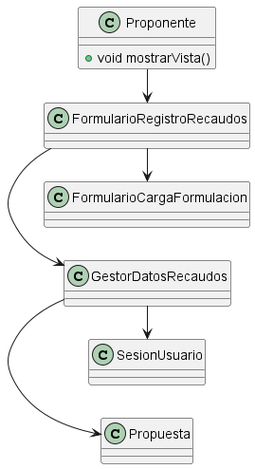
The PlantUML diagram docs/scenariosView/DisciplinaDeDisenio/DiagramaDeClasesRegistrarRecaudos.png in Samantha-Ramirez/ProyectoEquipo7ING, before a commit. Source of this version:
```plantuml
@startuml DiagramaDeClasesRegistrarRecaudos
left to right direction

class Proponente{
    +void mostrarVista()
}
class Propuesta{

}
class SesionUsuario{

}
class FormularioRegistroRecaudos{

}
class FormularioCargaFormulacion{

}
class GestorDatosRecaudos{

}

Proponente -> FormularioRegistroRecaudos
FormularioRegistroRecaudos -> GestorDatosRecaudos
GestorDatosRecaudos -> Propuesta
GestorDatosRecaudos -> SesionUsuario
FormularioRegistroRecaudos -> FormularioCargaFormulacion

@enduml
```
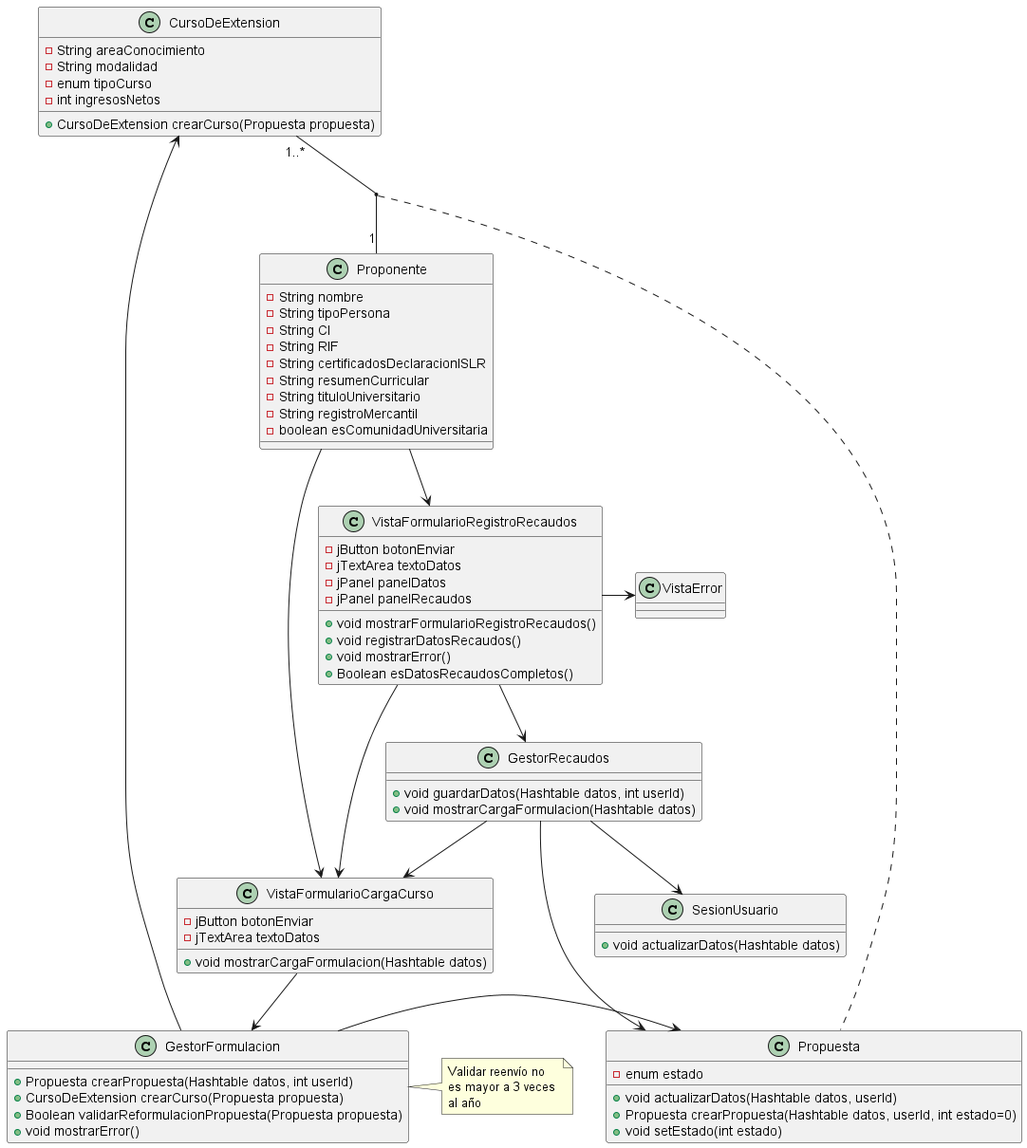
Later version of the same file.

Commit message:
Diagrama de traza y despliegue Disciplina de disenio

Change to the diagram source:
```diff
@@ -1,29 +1,78 @@
 @startuml DiagramaDeClasesRegistrarRecaudos
-left to right direction
-
 class Proponente{
-    +void mostrarVista()
+    -String nombre
+    -String tipoPersona
+    -String CI
+    -String RIF
+    -String certificadosDeclaracionISLR
+    -String resumenCurricular
+    -String tituloUniversitario
+    -String registroMercantil
+    -boolean esComunidadUniversitaria
 }
 class Propuesta{
+    -enum estado
+    +void actualizarDatos(Hashtable datos, userId)
+    +Propuesta crearPropuesta(Hashtable datos, userId, int estado=0)
+    +void setEstado(int estado)
+}
+class SesionUsuario{
+    +void actualizarDatos(Hashtable datos)
+}
+class VistaFormularioRegistroRecaudos{
+    -jButton botonEnviar
+    -jTextArea textoDatos
+    -jPanel panelDatos
+    -jPanel panelRecaudos
+    +void mostrarFormularioRegistroRecaudos()
+    +void registrarDatosRecaudos()
+    +void mostrarError()
+    +Boolean esDatosRecaudosCompletos()
+}
+class VistaFormularioCargaCurso{
+    -jButton botonEnviar
+    -jTextArea textoDatos
+    +void mostrarCargaFormulacion(Hashtable datos)
+}
+class GestorRecaudos{
+    +void guardarDatos(Hashtable datos, int userId)
+    +void mostrarCargaFormulacion(Hashtable datos)
+}
+class GestorFormulacion{
+    +Propuesta crearPropuesta(Hashtable datos, int userId)
+    +CursoDeExtension crearCurso(Propuesta propuesta)
+    +Boolean validarReformulacionPropuesta(Propuesta propuesta)
+    +void mostrarError()
+}
+note right of (GestorFormulacion)
+    Validar reenvío no
+    es mayor a 3 veces
+    al año
+end note
+class CursoDeExtension{
+    -String areaConocimiento
+    -String modalidad
+    -enum tipoCurso
+    -int ingresosNetos
+    +CursoDeExtension crearCurso(Propuesta propuesta)
+}
+class VistaError{
 
 }
-class SesionUsuario{
+Proponente -d-> VistaFormularioRegistroRecaudos
+VistaFormularioRegistroRecaudos -d-> GestorRecaudos
+GestorRecaudos -d-> Propuesta
+GestorRecaudos -d-> SesionUsuario
+GestorRecaudos --> VistaFormularioCargaCurso
+VistaFormularioRegistroRecaudos -> VistaFormularioCargaCurso
+CursoDeExtension "1..*" -- "1" Proponente
+(CursoDeExtension , Proponente) -r.. Propuesta
 
-}
-class FormularioRegistroRecaudos{
+Proponente -d-> VistaFormularioCargaCurso
+VistaFormularioCargaCurso -d-> GestorFormulacion
+GestorFormulacion -> Propuesta
+CursoDeExtension <- GestorFormulacion
 
-}
-class FormularioCargaFormulacion{
-
-}
-class GestorDatosRecaudos{
-
-}
-
-Proponente -> FormularioRegistroRecaudos
-FormularioRegistroRecaudos -> GestorDatosRecaudos
-GestorDatosRecaudos -> Propuesta
-GestorDatosRecaudos -> SesionUsuario
-FormularioRegistroRecaudos -> FormularioCargaFormulacion
+VistaFormularioRegistroRecaudos -> VistaError
 
 @enduml
```
